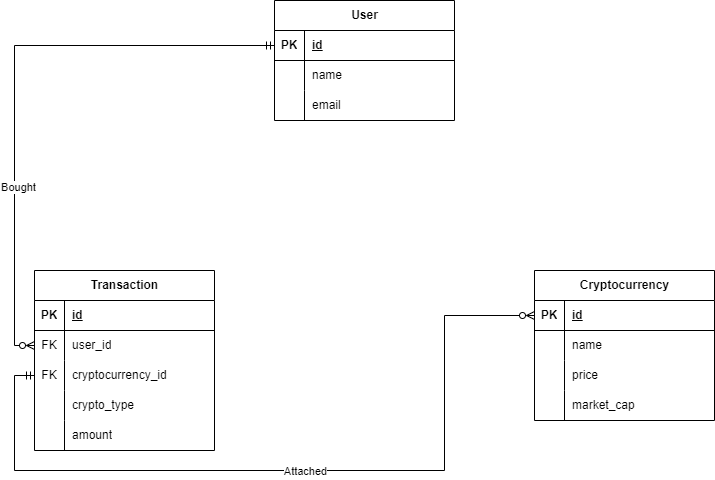
Before: app/assets/images/crypto.png, a diagram exported from draw.io (jezzelle1325/crypto_app). Source tidied: cells renumbered, new cells last; positions are measured from the earlier drawing's top-left corner, leaving out a move shared by most shapes.
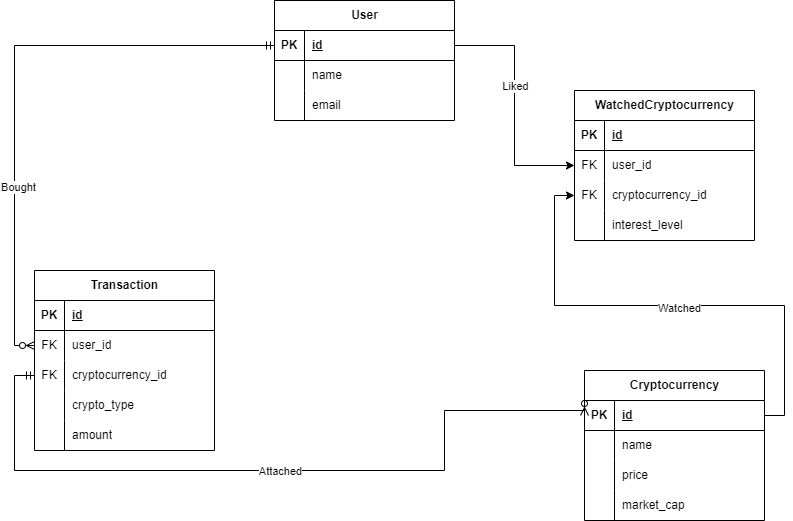
After the change.

Diff of the diagram source:
```diff
@@ -81,7 +81,7 @@
       <mxGeometry x="30" width="150" height="30" as="geometry" />
     </mxCell>
     <mxCell id="28" value="Cryptocurrency" style="shape=table;startSize=30;rowLines=0;fontStyle=1;align=center;html=1;" parent="1" vertex="1">
-      <mxGeometry x="520" y="270" width="180" height="150" as="geometry" />
+      <mxGeometry x="570" y="370" width="180" height="150" as="geometry" />
     </mxCell>
     <mxCell id="29" style="shape=tableRow;horizontal=0;startSize=0;swimlaneHead=0;swimlaneBody=0;fillColor=none;points=[[0,0.5],[1,0.5]];portConstraint=eastwest;top=0;left=0;right=0;bottom=1;" parent="28" vertex="1">
       <mxGeometry y="30" width="180" height="30" as="geometry" />
@@ -128,7 +128,8 @@
     <mxCell id="43" style="edgeStyle=orthogonalEdgeStyle;rounded=0;jettySize=auto;html=1;exitX=0;exitY=0.5;exitDx=0;exitDy=0;entryX=0;entryY=0.5;entryDx=0;entryDy=0;startArrow=ERzeroToMany;startFill=0;endArrow=ERmandOne;endFill=0;" parent="1" edge="1" source="29" target="19">
       <mxGeometry relative="1" as="geometry">
         <Array as="points">
-          <mxPoint x="430" y="315" />
+          <mxPoint x="570" y="410" />
+          <mxPoint x="430" y="410" />
           <mxPoint x="430" y="470" />
           <mxPoint y="470" />
           <mxPoint y="375" />
@@ -140,5 +141,56 @@
         <mxPoint x="-106" y="1" as="offset" />
       </mxGeometry>
     </mxCell>
+    <mxCell id="45" value="WatchedCryptocurrency" style="shape=table;startSize=30;rowLines=0;fontStyle=1;align=center;html=1;" parent="1" vertex="1">
+      <mxGeometry x="560" y="90" width="180" height="150" as="geometry" />
+    </mxCell>
+    <mxCell id="46" style="shape=tableRow;horizontal=0;startSize=0;swimlaneHead=0;swimlaneBody=0;fillColor=none;top=0;left=0;right=0;bottom=1;" parent="45" vertex="1">
+      <mxGeometry y="30" width="180" height="30" as="geometry" />
+    </mxCell>
+    <mxCell id="47" value="PK" style="shape=partialRectangle;fillColor=none;top=0;left=0;bottom=0;right=0;fontStyle=1;overflow=hidden;whiteSpace=wrap;html=1;" parent="46" vertex="1">
+      <mxGeometry width="30" height="30" as="geometry" />
+    </mxCell>
+    <mxCell id="48" value="id" style="shape=partialRectangle;fillColor=none;top=0;left=0;bottom=0;right=0;align=left;spacingLeft=6;fontStyle=5;overflow=hidden;whiteSpace=wrap;html=1;" parent="46" vertex="1">
+      <mxGeometry x="30" width="150" height="30" as="geometry" />
+    </mxCell>
+    <mxCell id="49" style="shape=tableRow;horizontal=0;startSize=0;swimlaneHead=0;swimlaneBody=0;fillColor=none;points=[[0,0.5],[1,0.5]];portConstraint=eastwest;top=0;left=0;right=0;bottom=0;" parent="45" vertex="1">
+      <mxGeometry y="60" width="180" height="30" as="geometry" />
+    </mxCell>
+    <mxCell id="50" value="FK" style="shape=partialRectangle;fillColor=none;top=0;left=0;bottom=0;right=0;overflow=hidden;whiteSpace=wrap;html=1;" parent="49" vertex="1">
+      <mxGeometry width="30" height="30" as="geometry" />
+    </mxCell>
+    <mxCell id="51" value="user_id" style="shape=partialRectangle;fillColor=none;top=0;left=0;bottom=0;right=0;align=left;spacingLeft=6;overflow=hidden;whiteSpace=wrap;html=1;" parent="49" vertex="1">
+      <mxGeometry x="30" width="150" height="30" as="geometry" />
+    </mxCell>
+    <mxCell id="52" style="shape=tableRow;horizontal=0;startSize=0;swimlaneHead=0;swimlaneBody=0;fillColor=none;points=[[0,0.5],[1,0.5]];portConstraint=eastwest;top=0;left=0;right=0;bottom=0;" parent="45" vertex="1">
+      <mxGeometry y="90" width="180" height="30" as="geometry" />
+    </mxCell>
+    <mxCell id="53" value="FK" style="shape=partialRectangle;fillColor=none;top=0;left=0;bottom=0;right=0;overflow=hidden;whiteSpace=wrap;html=1;" parent="52" vertex="1">
+      <mxGeometry width="30" height="30" as="geometry" />
+    </mxCell>
+    <mxCell id="54" value="cryptocurrency_id" style="shape=partialRectangle;fillColor=none;top=0;left=0;bottom=0;right=0;align=left;spacingLeft=6;overflow=hidden;whiteSpace=wrap;html=1;" parent="52" vertex="1">
+      <mxGeometry x="30" width="150" height="30" as="geometry" />
+    </mxCell>
+    <mxCell id="55" style="shape=tableRow;horizontal=0;startSize=0;swimlaneHead=0;swimlaneBody=0;fillColor=none;top=0;left=0;right=0;bottom=0;" parent="45" vertex="1">
+      <mxGeometry y="120" width="180" height="30" as="geometry" />
+    </mxCell>
+    <mxCell id="56" style="shape=partialRectangle;fillColor=none;top=0;left=0;bottom=0;right=0;overflow=hidden;whiteSpace=wrap;html=1;" parent="55" vertex="1">
+      <mxGeometry width="30" height="30" as="geometry" />
+    </mxCell>
+    <mxCell id="57" value="interest_level" style="shape=partialRectangle;fillColor=none;top=0;left=0;bottom=0;right=0;align=left;spacingLeft=6;overflow=hidden;whiteSpace=wrap;html=1;" parent="55" vertex="1">
+      <mxGeometry x="30" width="150" height="30" as="geometry" />
+    </mxCell>
+    <mxCell id="58" style="edgeStyle=orthogonalEdgeStyle;rounded=0;jettySize=auto;html=1;exitX=1;exitY=0.5;exitDx=0;exitDy=0;entryX=0;entryY=0.5;entryDx=0;entryDy=0;" parent="1" edge="1" source="3" target="49">
+      <mxGeometry relative="1" as="geometry" />
+    </mxCell>
+    <mxCell id="59" value="Liked" style="edgeLabel;html=1;align=center;verticalAlign=middle;" parent="58" vertex="1">
+      <mxGeometry x="-0.17" relative="1" as="geometry" />
+    </mxCell>
+    <mxCell id="60" style="edgeStyle=orthogonalEdgeStyle;rounded=0;jettySize=auto;html=1;exitX=1;exitY=0.5;exitDx=0;exitDy=0;entryX=0;entryY=0.5;entryDx=0;entryDy=0;" parent="1" edge="1" source="29" target="52">
+      <mxGeometry relative="1" as="geometry" />
+    </mxCell>
+    <mxCell id="61" value="Watched" style="edgeLabel;html=1;align=center;verticalAlign=middle;" parent="60" vertex="1">
+      <mxGeometry x="-0.04" y="2" relative="1" as="geometry" />
+    </mxCell>
   </root>
 </mxGraphModel>
```
